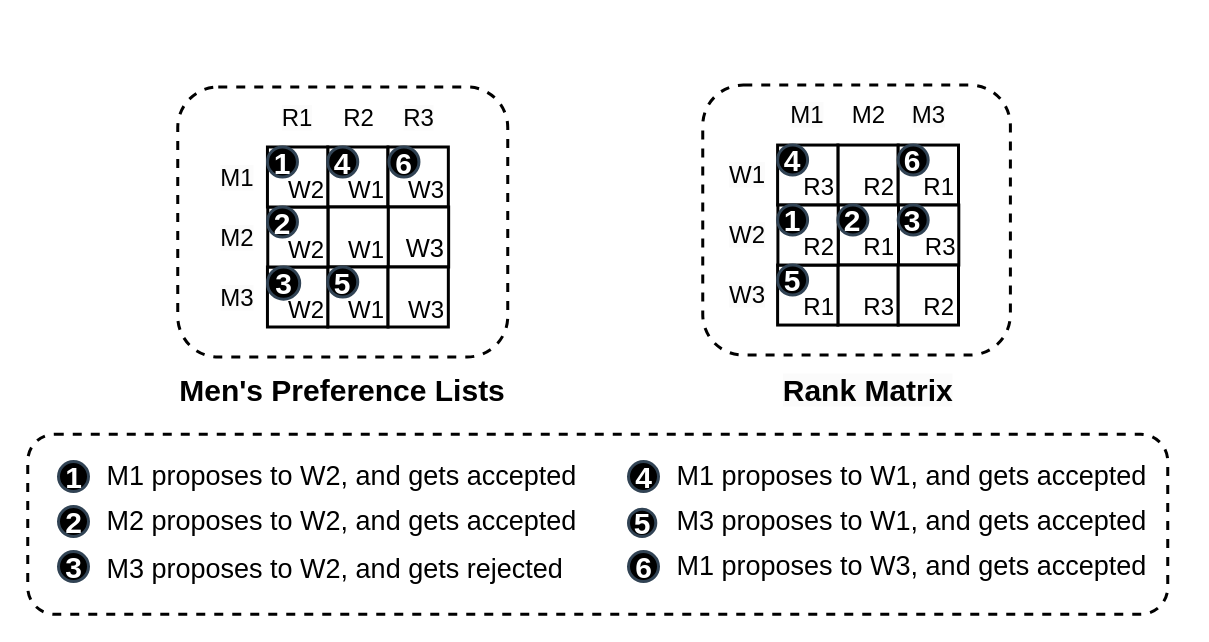
victorliu-sq/BambooSMP-Figures keeps this draw.io diagram as newGSExec.drawio. Above is the earlier version. Source tidied: cells renumbered, new cells numbered last; positions are measured from the earlier drawing's top-left corner, leaving out a move shared by most shapes. Both pictures are drawn from the tidied source at 150%, with x=0, y=0 at pixel (27, 84).
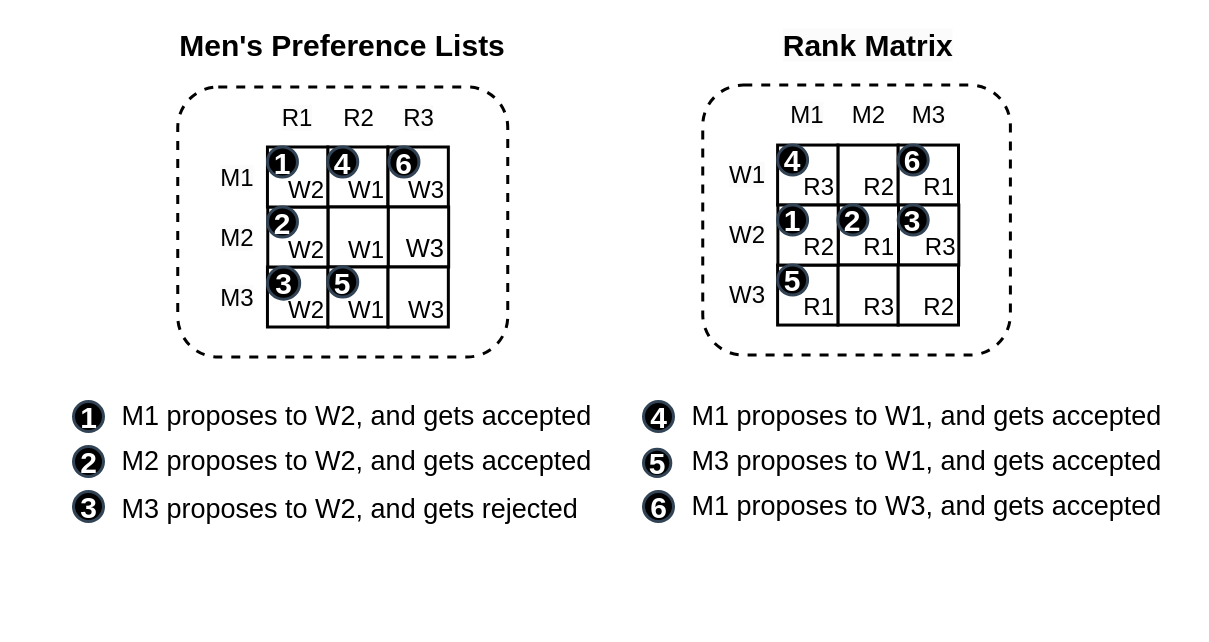
Above is the later version.

What changed in the source:
```diff
@@
-    <mxCell id="2" style="rounded=1;whiteSpace=wrap;html=1;strokeWidth=2;dashed=1;" parent="1" vertex="1">
-      <mxGeometry y="233" width="760" height="120" as="geometry" />
-    </mxCell>
@@
     <mxCell id="5" value="1" style="ellipse;whiteSpace=wrap;html=1;strokeColor=#314354;align=center;verticalAlign=middle;fontFamily=Helvetica;fontSize=20;fillColor=#000000;fontColor=#ffffff;fontStyle=1;strokeWidth=2;" parent="1" vertex="1">
-      <mxGeometry x="20.5" y="251.2" width="20" height="20" as="geometry" />
+      <mxGeometry x="30.5" y="211.2" width="20" height="20" as="geometry" />
     </mxCell>
     <mxCell id="6" value="2" style="ellipse;whiteSpace=wrap;html=1;strokeColor=#314354;align=center;verticalAlign=middle;fontFamily=Helvetica;fontSize=20;fillColor=#000000;fontColor=#ffffff;fontStyle=1;strokeWidth=2;" parent="1" vertex="1">
-      <mxGeometry x="20.5" y="281.2" width="20" height="20" as="geometry" />
+      <mxGeometry x="30.5" y="241.2" width="20" height="20" as="geometry" />
     </mxCell>
     <mxCell id="7" value="3" style="ellipse;whiteSpace=wrap;html=1;strokeColor=#314354;align=center;verticalAlign=middle;fontFamily=Helvetica;fontSize=20;fillColor=#000000;fontColor=#ffffff;fontStyle=1;strokeWidth=2;" parent="1" vertex="1">
-      <mxGeometry x="20.5" y="311.2" width="20" height="20" as="geometry" />
+      <mxGeometry x="30.5" y="271.2" width="20" height="20" as="geometry" />
     </mxCell>
     <mxCell id="8" value="4" style="ellipse;whiteSpace=wrap;html=1;strokeColor=#314354;align=center;verticalAlign=middle;fontFamily=Helvetica;fontSize=20;fillColor=#000000;fontColor=#ffffff;fontStyle=1;strokeWidth=2;" parent="1" vertex="1">
-      <mxGeometry x="400.5" y="251.2" width="20" height="20" as="geometry" />
+      <mxGeometry x="410.5" y="211.2" width="20" height="20" as="geometry" />
     </mxCell>
     <mxCell id="9" value="5" style="ellipse;whiteSpace=wrap;html=1;strokeColor=#314354;align=center;verticalAlign=middle;fontFamily=Helvetica;fontSize=20;fillColor=#000000;fontColor=#ffffff;fontStyle=1;strokeWidth=2;" parent="1" vertex="1">
-      <mxGeometry x="400.5" y="283" width="18.2" height="18.2" as="geometry" />
+      <mxGeometry x="410.5" y="243" width="18.2" height="18.2" as="geometry" />
     </mxCell>
     <mxCell id="10" value="6" style="ellipse;whiteSpace=wrap;html=1;strokeColor=#314354;align=center;verticalAlign=middle;fontFamily=Helvetica;fontSize=20;fillColor=#000000;fontColor=#ffffff;fontStyle=1;strokeWidth=2;" parent="1" vertex="1">
-      <mxGeometry x="400.5" y="311.2" width="20" height="20" as="geometry" />
+      <mxGeometry x="410.5" y="271.2" width="20" height="20" as="geometry" />
     </mxCell>
     <mxCell id="11" value="&lt;h1 style=&quot;font-size: 18px;&quot;&gt;&lt;span style=&quot;font-size: 18px; font-weight: 400;&quot;&gt;&amp;nbsp;M1 proposes to W2, and gets accepted&lt;/span&gt;&lt;/h1&gt;" style="text;strokeColor=none;align=left;fillColor=none;html=1;verticalAlign=middle;whiteSpace=wrap;rounded=0;fontFamily=Helvetica;fontSize=18;fontColor=default;" parent="1" vertex="1">
-      <mxGeometry x="45.5" y="246.2" width="324.5" height="30" as="geometry" />
+      <mxGeometry x="55.5" y="206.2" width="324.5" height="30" as="geometry" />
     </mxCell>
     <mxCell id="12" value="&lt;h1 style=&quot;font-size: 18px;&quot;&gt;&lt;span style=&quot;font-size: 18px; font-weight: 400;&quot;&gt;&amp;nbsp;M2 proposes to W2, and gets accepted&lt;/span&gt;&lt;/h1&gt;" style="text;strokeColor=none;align=left;fillColor=none;html=1;verticalAlign=middle;whiteSpace=wrap;rounded=0;fontFamily=Helvetica;fontSize=18;fontColor=default;" parent="1" vertex="1">
-      <mxGeometry x="45.5" y="276.2" width="324.5" height="30" as="geometry" />
+      <mxGeometry x="55.5" y="236.2" width="324.5" height="30" as="geometry" />
     </mxCell>
     <mxCell id="13" value="&lt;h1 style=&quot;font-size: 18px;&quot;&gt;&lt;span style=&quot;font-size: 18px; font-weight: 400;&quot;&gt;&amp;nbsp;M3 proposes to W2, and gets rejected&lt;/span&gt;&lt;/h1&gt;" style="text;strokeColor=none;align=left;fillColor=none;html=1;verticalAlign=middle;whiteSpace=wrap;rounded=0;fontFamily=Helvetica;fontSize=18;fontColor=default;" parent="1" vertex="1">
-      <mxGeometry x="45.5" y="307.8" width="324.5" height="30" as="geometry" />
+      <mxGeometry x="55.5" y="267.8" width="324.5" height="30" as="geometry" />
     </mxCell>
     <mxCell id="14" value="&lt;h1 style=&quot;font-size: 18px;&quot;&gt;&lt;span style=&quot;font-size: 18px; font-weight: 400;&quot;&gt;&amp;nbsp;M1 proposes to W1, and gets accepted&lt;/span&gt;&lt;/h1&gt;" style="text;strokeColor=none;align=left;fillColor=none;html=1;verticalAlign=middle;whiteSpace=wrap;rounded=0;fontFamily=Helvetica;fontSize=18;fontColor=default;" parent="1" vertex="1">
-      <mxGeometry x="425.5" y="246.2" width="334.5" height="30" as="geometry" />
+      <mxGeometry x="435.5" y="206.2" width="334.5" height="30" as="geometry" />
     </mxCell>
     <mxCell id="15" value="&lt;h1 style=&quot;font-size: 18px;&quot;&gt;&lt;span style=&quot;font-size: 18px; font-weight: 400;&quot;&gt;&amp;nbsp;M3 proposes to W1, and gets accepted&lt;/span&gt;&lt;/h1&gt;" style="text;strokeColor=none;align=left;fillColor=none;html=1;verticalAlign=middle;whiteSpace=wrap;rounded=0;fontFamily=Helvetica;fontSize=18;fontColor=default;" parent="1" vertex="1">
-      <mxGeometry x="425.5" y="276.2" width="334.5" height="30" as="geometry" />
+      <mxGeometry x="435.5" y="236.2" width="334.5" height="30" as="geometry" />
     </mxCell>
     <mxCell id="16" value="&lt;h1 style=&quot;font-size: 18px;&quot;&gt;&lt;span style=&quot;font-size: 18px; font-weight: 400;&quot;&gt;&amp;nbsp;M1 proposes to W3, and gets accepted&lt;/span&gt;&lt;/h1&gt;" style="text;strokeColor=none;align=left;fillColor=none;html=1;verticalAlign=middle;whiteSpace=wrap;rounded=0;fontFamily=Helvetica;fontSize=18;fontColor=default;" parent="1" vertex="1">
-      <mxGeometry x="425.5" y="306.2" width="334.5" height="30" as="geometry" />
+      <mxGeometry x="435.5" y="266.2" width="334.5" height="30" as="geometry" />
     </mxCell>
@@
     <mxCell id="24" value="&lt;span style=&quot;font-size: 20px; text-wrap: nowrap;&quot;&gt;&lt;span style=&quot;font-size: 20px;&quot;&gt;Men's Preference Lists&lt;/span&gt;&lt;/span&gt;" style="text;whiteSpace=wrap;html=1;align=center;strokeColor=none;verticalAlign=middle;strokeWidth=0;fontSize=20;fontStyle=1;" parent="1" vertex="1">
-      <mxGeometry x="110" y="193" width="200.1" height="20" as="geometry" />
+      <mxGeometry x="110" y="-37" width="200.1" height="20" as="geometry" />
     </mxCell>
@@
     <mxCell id="41" value="&lt;span style=&quot;color: rgb(0, 0, 0); font-family: Helvetica; font-size: 20px; font-style: normal; font-variant-ligatures: normal; font-variant-caps: normal; letter-spacing: normal; orphans: 2; text-indent: 0px; text-transform: none; widows: 2; word-spacing: 0px; -webkit-text-stroke-width: 0px; white-space: nowrap; background-color: rgb(251, 251, 251); text-decoration-thickness: initial; text-decoration-style: initial; text-decoration-color: initial; float: none; display: inline !important;&quot;&gt;Rank Matrix&lt;/span&gt;" style="text;whiteSpace=wrap;html=1;align=center;strokeColor=none;verticalAlign=middle;strokeWidth=0;fontSize=20;fontStyle=1;" parent="1" vertex="1">
-      <mxGeometry x="521.2" y="193" width="79.2" height="20" as="geometry" />
+      <mxGeometry x="521.2" y="-37" width="79.2" height="20" as="geometry" />
     </mxCell>
```
